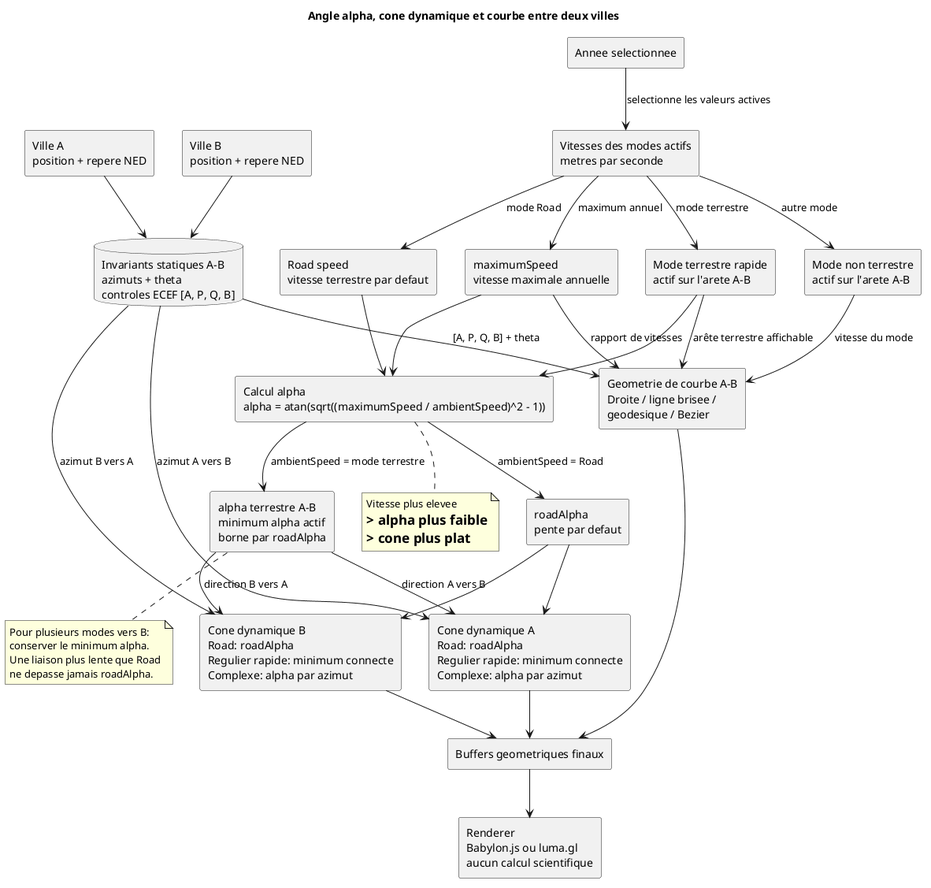
The PlantUML diagram docs/diagrams/precompute/08-alpha-dynamic-cones-curves.png in kaktus40/shriveling_world, before a commit.
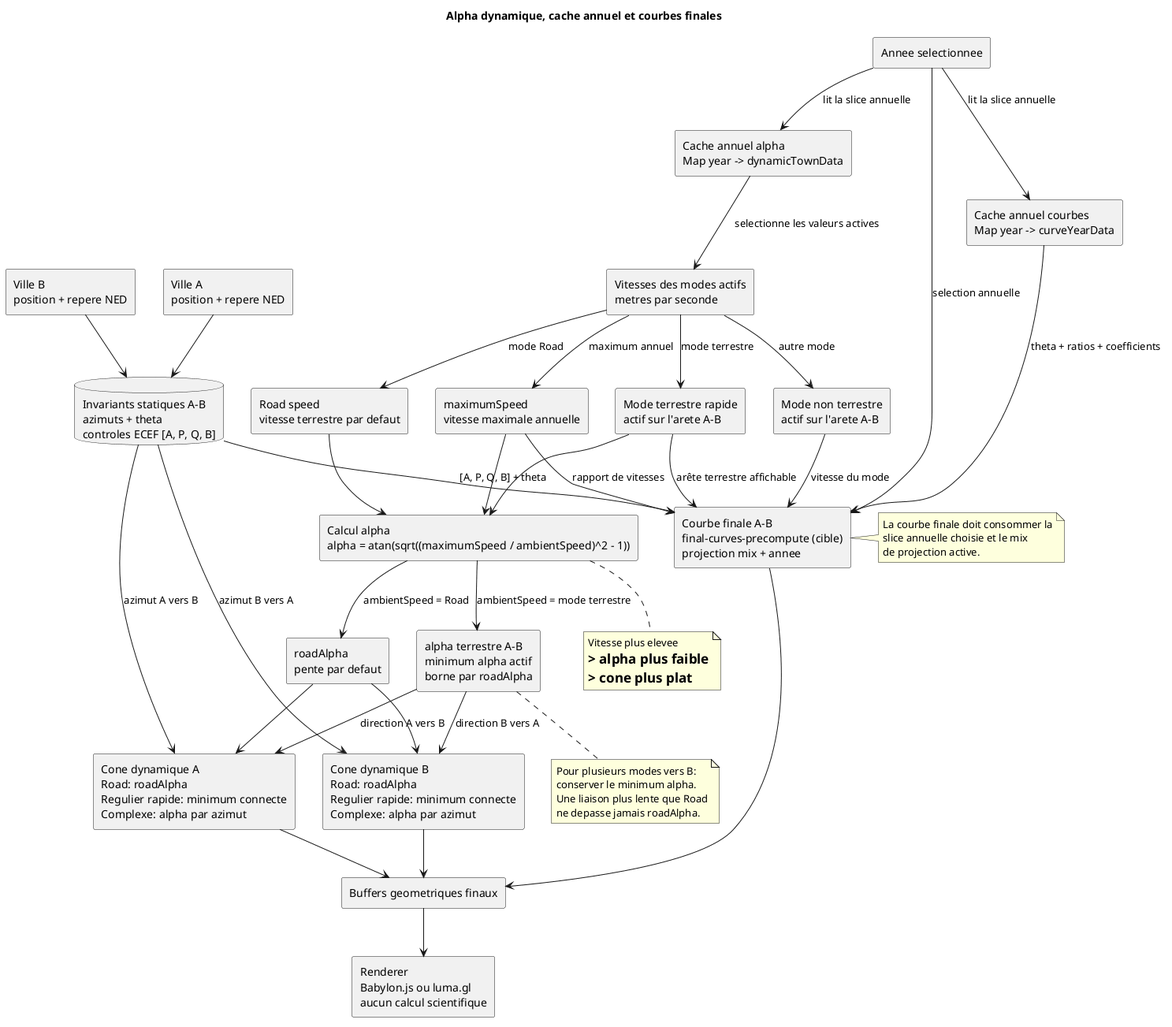
After the commit.

Commit message:
docs(m9): update annual cache diagrams

The edit, as a diff of the source:
```diff
@@ -1,10 +1,12 @@
 @startuml
-title Angle alpha, cone dynamique et courbe entre deux villes
+title Alpha dynamique, cache annuel et courbes finales
 
 skinparam componentStyle rectangle
 skinparam shadowing false
 
 rectangle "Annee selectionnee" as year
+rectangle "Cache annuel alpha\nMap year -> dynamicTownData" as alphaCache
+rectangle "Cache annuel courbes\nMap year -> curveYearData" as curveCache
 rectangle "Vitesses des modes actifs\nmetres par seconde" as speeds
 rectangle "maximumSpeed\nvitesse maximale annuelle" as maxSpeed
 rectangle "Road speed\nvitesse terrestre par defaut" as roadSpeed
@@ -21,12 +23,14 @@
 
 component "Cone dynamique A\nRoad: roadAlpha\nRegulier rapide: minimum connecte\nComplexe: alpha par azimut" as coneA
 component "Cone dynamique B\nRoad: roadAlpha\nRegulier rapide: minimum connecte\nComplexe: alpha par azimut" as coneB
-component "Geometrie de courbe A-B\nDroite / ligne brisee /\ngeodesique / Bezier" as curve
+component "Courbe finale A-B\nfinal-curves-precompute (cible)\nprojection mix + annee" as finalCurve
 
 rectangle "Buffers geometriques finaux" as buffers
 rectangle "Renderer\nBabylon.js ou luma.gl\naucun calcul scientifique" as renderer
 
-year --> speeds : selectionne les valeurs actives
+year --> alphaCache : lit la slice annuelle
+year --> curveCache : lit la slice annuelle
+alphaCache --> speeds : selectionne les valeurs actives
 speeds --> maxSpeed : maximum annuel
 speeds --> roadSpeed : mode Road
 speeds --> terrSpeed : mode terrestre
@@ -48,14 +52,16 @@
 invariants --> coneA : azimut A vers B
 invariants --> coneB : azimut B vers A
 
-invariants --> curve : [A, P, Q, B] + theta
-nonTerrSpeed --> curve : vitesse du mode
-terrSpeed --> curve : arête terrestre affichable
-maxSpeed --> curve : rapport de vitesses
+curveCache --> finalCurve : theta + ratios + coefficients
+invariants --> finalCurve : [A, P, Q, B] + theta
+nonTerrSpeed --> finalCurve : vitesse du mode
+terrSpeed --> finalCurve : arête terrestre affichable
+maxSpeed --> finalCurve : rapport de vitesses
+year --> finalCurve : selection annuelle
 
 coneA --> buffers
 coneB --> buffers
-curve --> buffers
+finalCurve --> buffers
 buffers --> renderer
 
 note bottom of alpha
@@ -70,4 +76,10 @@
   Une liaison plus lente que Road
   ne depasse jamais roadAlpha.
 end note
+
+note right of finalCurve
+  La courbe finale doit consommer la
+  slice annuelle choisie et le mix
+  de projection active.
+end note
 @enduml
```
